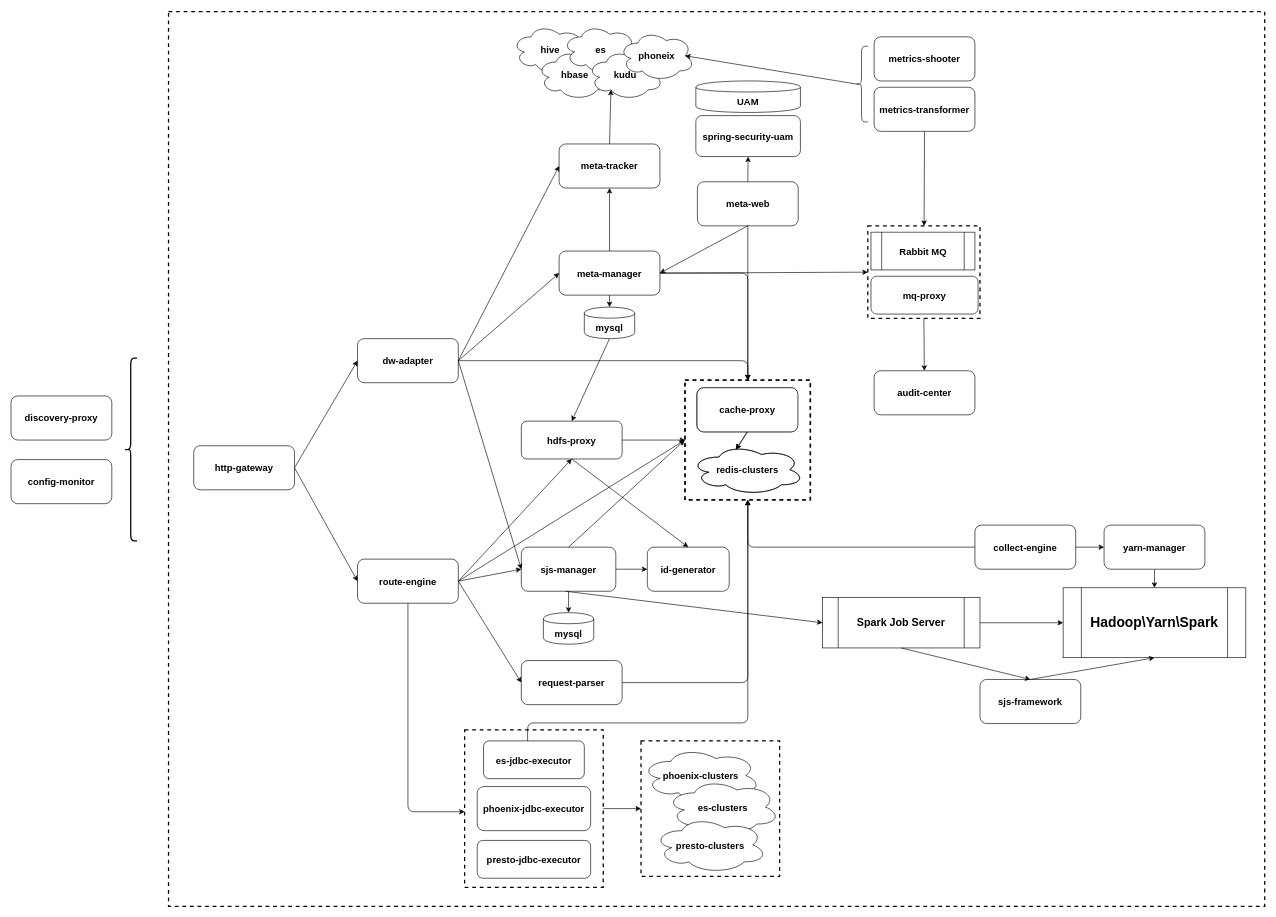
Before: map/apollo架构图.drawio in imperio-wxm/draw, a draw.io diagram. Source tidied: cells renumbered, new cells numbered last; positions are measured from the earlier drawing's top-left corner, leaving out a move shared by most shapes. Both pictures are drawn from the tidied source at 63%, with x=0, y=0 at pixel (11, 11).
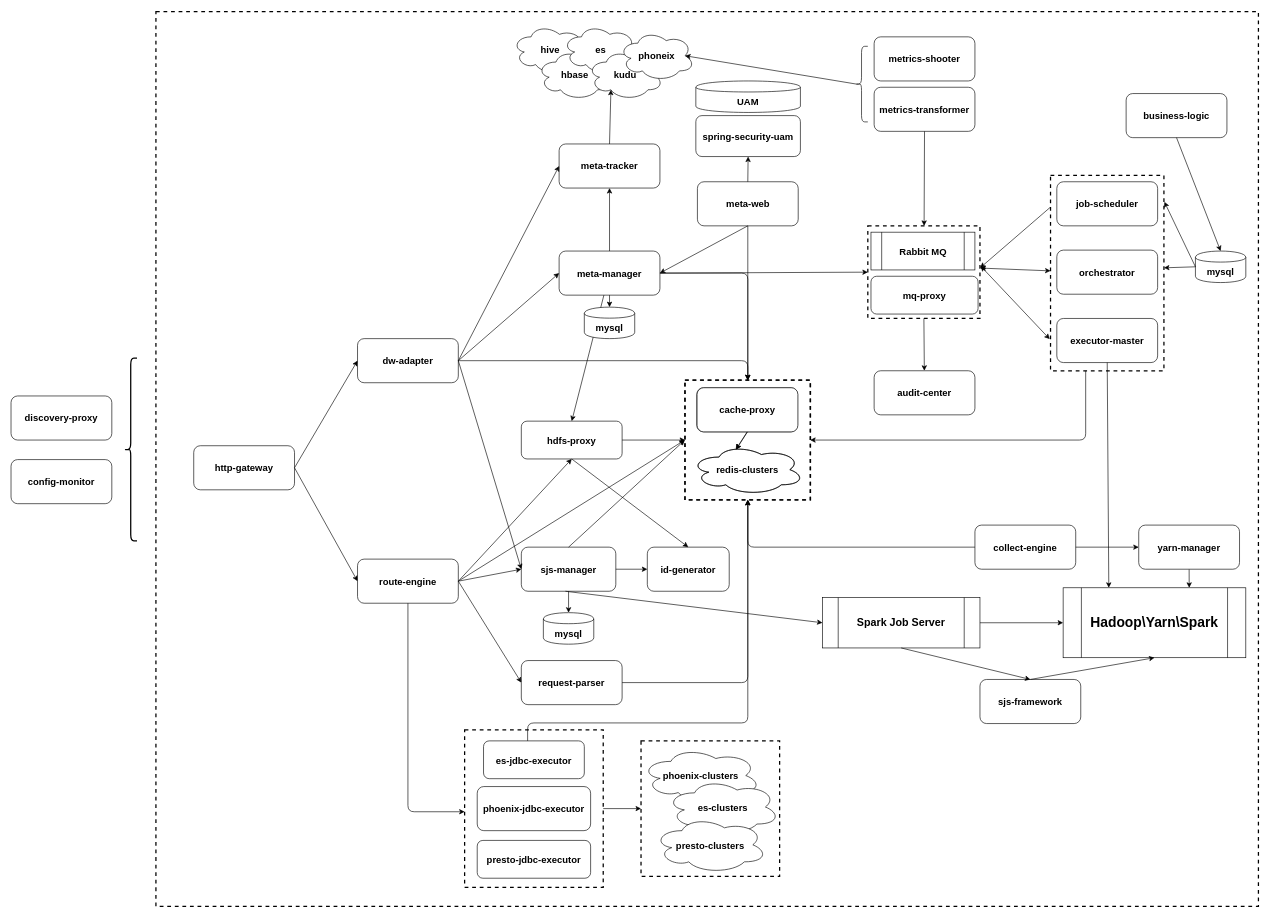
After the change.

Commit message:
更新apollo架构图.drawio

Unchanged cells that the change refers to:
```xml
<mxCell id="9" style="rounded=0;whiteSpace=wrap;html=1;strokeWidth=2;fillColor=none;dashed=1;" parent="4" vertex="1">
  <mxGeometry width="199" height="190" as="geometry" />
</mxCell>
<mxCell id="35" value="&lt;span style=&quot;font-size: 15px&quot;&gt;&lt;b&gt;meta-manager&lt;/b&gt;&lt;/span&gt;" style="rounded=1;whiteSpace=wrap;html=1;" parent="1" vertex="1">
  <mxGeometry x="870" y="380" width="160" height="70" as="geometry" />
</mxCell>
<mxCell id="49" value="&lt;b&gt;&lt;font style=&quot;font-size: 15px&quot;&gt;hdfs-proxy&lt;/font&gt;&lt;/b&gt;" style="rounded=1;whiteSpace=wrap;html=1;strokeWidth=1;fillColor=none;" parent="1" vertex="1">
  <mxGeometry x="810" y="650" width="160" height="60" as="geometry" />
</mxCell>
<mxCell id="64" value="&lt;b&gt;&lt;font style=&quot;font-size: 22px&quot;&gt;Hadoop\Yarn\Spark&lt;/font&gt;&lt;/b&gt;" style="shape=process;whiteSpace=wrap;html=1;backgroundOutline=1;strokeWidth=1;fillColor=none;" parent="1" vertex="1">
  <mxGeometry x="1670" y="914.5" width="290" height="111" as="geometry" />
</mxCell>
<mxCell id="83" style="rounded=0;whiteSpace=wrap;html=1;strokeWidth=2;fillColor=none;dashed=1;" parent="79" vertex="1">
  <mxGeometry width="178" height="147" as="geometry" />
</mxCell>
<mxCell id="98" value="&lt;b&gt;&lt;font style=&quot;font-size: 15px&quot;&gt;mysql&lt;/font&gt;&lt;/b&gt;" style="shape=cylinder;whiteSpace=wrap;html=1;boundedLbl=1;backgroundOutline=1;strokeWidth=1;" parent="1" vertex="1">
  <mxGeometry x="910" y="469" width="80" height="50" as="geometry" />
</mxCell>
```

What changed in the source:
```diff
@@
     <mxCell id="2" style="rounded=0;whiteSpace=wrap;html=1;strokeWidth=2;fillColor=none;dashed=1;" parent="1" vertex="1">
-      <mxGeometry x="250" width="1740" height="1420" as="geometry" />
+      <mxGeometry x="230" width="1750" height="1420" as="geometry" />
     </mxCell>
@@
-    <mxCell id="51" style="endArrow=classic;html=1;exitX=0.5;exitY=1;exitDx=0;exitDy=0;entryX=0.5;entryY=0;entryDx=0;entryDy=0;" parent="1" edge="1" source="98" target="49">
+    <mxCell id="51" style="endArrow=classic;html=1;entryX=0.5;entryY=0;entryDx=0;entryDy=0;" parent="1" edge="1" source="35" target="49">
       <mxGeometry relative="1" as="geometry" />
     </mxCell>
@@
-    <mxCell id="66" value="&lt;span style=&quot;font-size: 15px&quot;&gt;&lt;b&gt;yarn-manager&lt;/b&gt;&lt;/span&gt;" style="rounded=1;whiteSpace=wrap;html=1;" parent="1" vertex="1">
-      <mxGeometry x="1735" y="815" width="160" height="70" as="geometry" />
-    </mxCell>
-    <mxCell id="67" style="endArrow=classic;html=1;exitX=0.5;exitY=1;exitDx=0;exitDy=0;entryX=0.5;entryY=0;entryDx=0;entryDy=0;" parent="1" edge="1" source="66" target="64">
+    <mxCell id="67" style="endArrow=classic;html=1;exitX=0.5;exitY=1;exitDx=0;exitDy=0;entryX=0.69;entryY=0;entryDx=0;entryDy=0;entryPerimeter=0;" parent="1" edge="1" source="66" target="64">
       <mxGeometry relative="1" as="geometry" />
     </mxCell>
@@
+    <mxCell id="103" value="&lt;span style=&quot;font-size: 15px&quot;&gt;&lt;b&gt;job-scheduler&lt;/b&gt;&lt;/span&gt;" style="rounded=1;whiteSpace=wrap;html=1;" parent="1" vertex="1">
+      <mxGeometry x="1660" y="270" width="160" height="70" as="geometry" />
+    </mxCell>
+    <mxCell id="104" value="&lt;span style=&quot;font-size: 15px&quot;&gt;&lt;b&gt;orchestrator&lt;/b&gt;&lt;/span&gt;" style="rounded=1;whiteSpace=wrap;html=1;" parent="1" vertex="1">
+      <mxGeometry x="1660" y="378.5" width="160" height="70" as="geometry" />
+    </mxCell>
+    <mxCell id="105" value="&lt;span style=&quot;font-size: 15px&quot;&gt;&lt;b&gt;executor-master&lt;/b&gt;&lt;/span&gt;" style="rounded=1;whiteSpace=wrap;html=1;" parent="1" vertex="1">
+      <mxGeometry x="1660" y="487" width="160" height="70" as="geometry" />
+    </mxCell>
+    <mxCell id="106" style="endArrow=classic;html=1;exitX=0.5;exitY=1;exitDx=0;exitDy=0;entryX=0.25;entryY=0;entryDx=0;entryDy=0;" parent="1" edge="1" source="105" target="64">
+      <mxGeometry relative="1" as="geometry" />
+    </mxCell>
+    <mxCell id="66" value="&lt;span style=&quot;font-size: 15px&quot;&gt;&lt;b&gt;yarn-manager&lt;/b&gt;&lt;/span&gt;" style="rounded=1;whiteSpace=wrap;html=1;fillColor=#FFFFFF;" parent="1" vertex="1">
+      <mxGeometry x="1790" y="815" width="160" height="70" as="geometry" />
+    </mxCell>
+    <mxCell id="107" value="&lt;b&gt;&lt;font style=&quot;font-size: 15px&quot;&gt;mysql&lt;/font&gt;&lt;/b&gt;" style="shape=cylinder;whiteSpace=wrap;html=1;boundedLbl=1;backgroundOutline=1;strokeWidth=1;" parent="1" vertex="1">
+      <mxGeometry x="1880" y="380" width="80" height="50" as="geometry" />
+    </mxCell>
+    <mxCell id="108" style="rounded=0;whiteSpace=wrap;html=1;strokeWidth=2;fillColor=none;dashed=1;" parent="1" vertex="1">
+      <mxGeometry x="1650" y="260" width="180" height="310" as="geometry" />
+    </mxCell>
+    <mxCell id="109" style="endArrow=classic;html=1;entryX=1.002;entryY=0.453;entryDx=0;entryDy=0;entryPerimeter=0;exitX=-0.004;exitY=0.164;exitDx=0;exitDy=0;exitPerimeter=0;" parent="1" edge="1" source="108" target="83">
+      <mxGeometry relative="1" as="geometry" />
+    </mxCell>
+    <mxCell id="110" style="endArrow=classic;startArrow=classic;html=1;exitX=1.003;exitY=0.456;exitDx=0;exitDy=0;exitPerimeter=0;" parent="1" edge="1" source="83" target="108">
+      <mxGeometry relative="1" as="geometry" />
+    </mxCell>
+    <mxCell id="111" style="endArrow=classic;startArrow=classic;html=1;exitX=1.006;exitY=0.434;exitDx=0;exitDy=0;exitPerimeter=0;entryX=-0.007;entryY=0.838;entryDx=0;entryDy=0;entryPerimeter=0;" parent="1" edge="1" source="83" target="108">
+      <mxGeometry relative="1" as="geometry" />
+    </mxCell>
+    <mxCell id="112" style="endArrow=classic;html=1;exitX=0;exitY=0.5;exitDx=0;exitDy=0;entryX=1.004;entryY=0.135;entryDx=0;entryDy=0;entryPerimeter=0;" parent="1" edge="1" source="107" target="108">
+      <mxGeometry relative="1" as="geometry" />
+    </mxCell>
+    <mxCell id="113" style="endArrow=classic;html=1;entryX=1;entryY=0.473;entryDx=0;entryDy=0;entryPerimeter=0;exitX=0;exitY=0.5;exitDx=0;exitDy=0;" parent="1" edge="1" source="107" target="108">
+      <mxGeometry relative="1" as="geometry" />
+    </mxCell>
+    <mxCell id="114" style="edgeStyle=elbowEdgeStyle;elbow=vertical;endArrow=classic;html=1;entryX=1;entryY=0.5;entryDx=0;entryDy=0;exitX=0.31;exitY=1.001;exitDx=0;exitDy=0;exitPerimeter=0;" parent="1" edge="1" source="108" target="9">
+      <mxGeometry relative="1" as="geometry">
+        <Array as="points">
+          <mxPoint x="1500" y="680" />
+        </Array>
+      </mxGeometry>
+    </mxCell>
+    <mxCell id="115" value="&lt;span style=&quot;font-size: 15px&quot;&gt;&lt;b&gt;business-logic&lt;/b&gt;&lt;/span&gt;" style="rounded=1;whiteSpace=wrap;html=1;" parent="1" vertex="1">
+      <mxGeometry x="1770" y="130" width="160" height="70" as="geometry" />
+    </mxCell>
+    <mxCell id="116" style="endArrow=classic;html=1;exitX=0.5;exitY=1;exitDx=0;exitDy=0;entryX=0.5;entryY=0;entryDx=0;entryDy=0;" parent="1" edge="1" source="115" target="107">
+      <mxGeometry relative="1" as="geometry" />
+    </mxCell>
```
